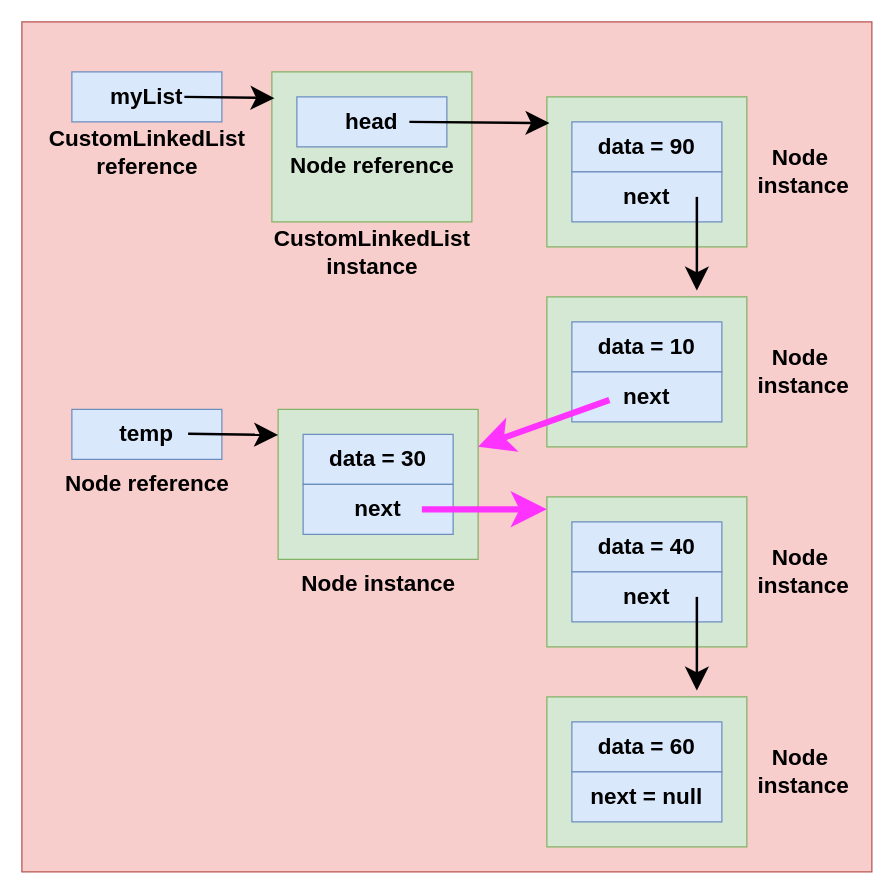
Before: CustomLinkedList2.drawio in gaurav1780/drawdotio, a draw.io diagram. Source tidied: cells renumbered, new cells numbered last; positions are measured from the earlier drawing's top-left corner, leaving out a move shared by most shapes. Both pictures are drawn from the tidied source at 125%, with x=0, y=0 at pixel (21, 21).
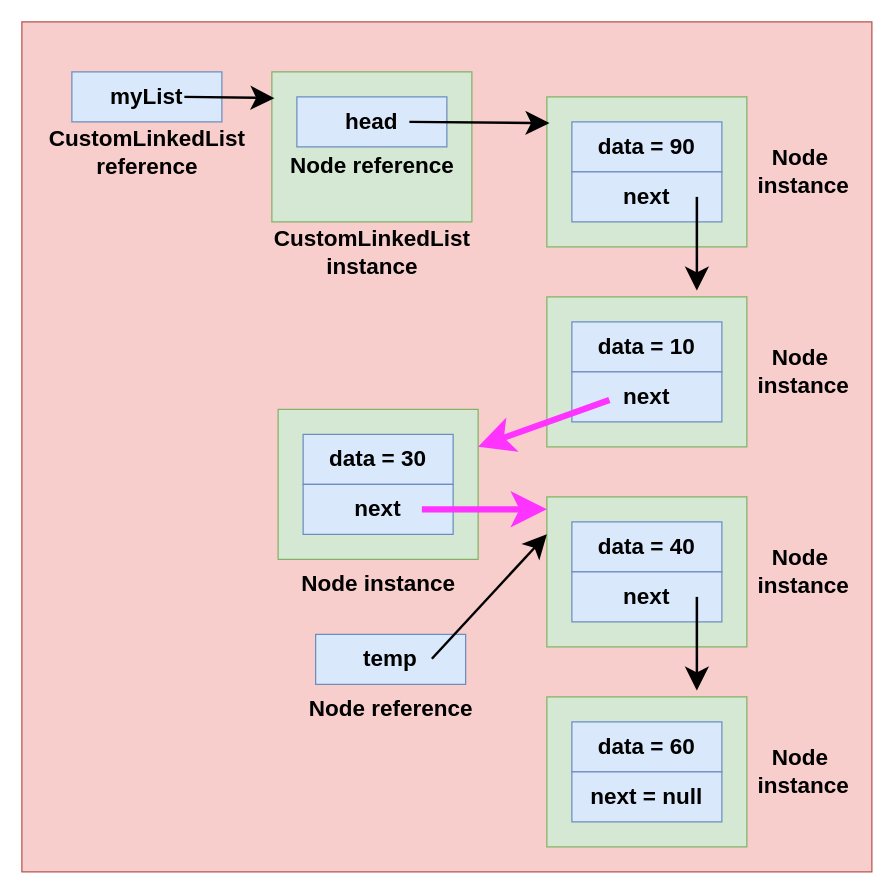
The same diagram, later.

The change refers to these unchanged cells:
```xml
<mxCell id="20" style="rounded=0;whiteSpace=wrap;html=1;fillColor=#d5e8d4;strokeColor=#82b366;" parent="1" vertex="1">
  <mxGeometry x="420" y="380" width="160" height="120" as="geometry" />
</mxCell>
```

What changed in the source:
```diff
@@
     <mxCell id="34" value="temp" style="rounded=0;whiteSpace=wrap;html=1;fontSize=18;fontStyle=1;fillColor=#dae8fc;strokeColor=#6c8ebf;" parent="1" vertex="1">
-      <mxGeometry x="40" y="310" width="120" height="40" as="geometry" />
+      <mxGeometry x="235" y="490" width="120" height="40" as="geometry" />
     </mxCell>
@@
     <mxCell id="36" value="Node reference" style="text;html=1;align=center;verticalAlign=middle;strokeColor=none;fillColor=none;fontSize=18;fontStyle=1;" parent="1" vertex="1">
-      <mxGeometry x="25" y="350" width="150" height="40" as="geometry" />
+      <mxGeometry x="220" y="530" width="150" height="40" as="geometry" />
     </mxCell>
-    <mxCell id="37" style="endArrow=classic;html=1;rounded=0;entryX=0.013;entryY=0.175;entryDx=0;entryDy=0;entryPerimeter=0;fontSize=18;fontStyle=1;strokeWidth=2;jumpSize=6;endSize=13;" parent="1" edge="1">
+    <mxCell id="37" style="endArrow=classic;html=1;rounded=0;entryX=0;entryY=0.25;entryDx=0;entryDy=0;fontSize=18;fontStyle=1;strokeWidth=2;jumpSize=6;endSize=13;" parent="1" edge="1" target="20">
       <mxGeometry relative="1" as="geometry">
-        <mxPoint x="133" y="329.5" as="sourcePoint" />
-        <mxPoint x="205" y="330.5" as="targetPoint" />
+        <mxPoint x="328" y="509.5" as="sourcePoint" />
       </mxGeometry>
     </mxCell>
```
